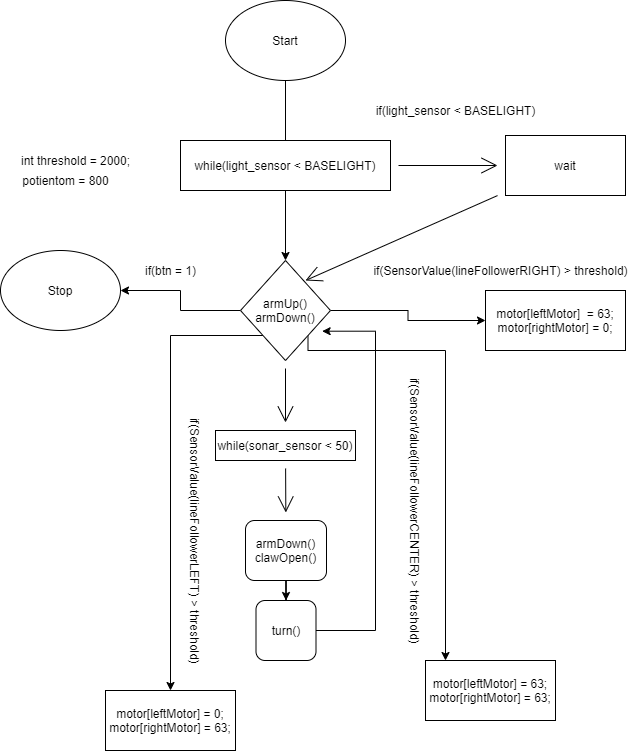
Above: verkefni5/Lokaverkefni.png in Davygod/ROBO2RG05AU-1 (draw.io), before the change. Source tidied: cells renumbered, new cells last; positions are measured from the earlier drawing's top-left corner, leaving out a move shared by most shapes. The source it was exported from:
```xml
<mxGraphModel>
  <root>
    <mxCell id="0" />
    <mxCell id="1" parent="0" />
    <mxCell id="2" style="edgeStyle=orthogonalEdgeStyle;rounded=0;jettySize=auto;html=1;startArrow=none;" parent="1" edge="1" source="24" target="9">
      <mxGeometry relative="1" as="geometry" />
    </mxCell>
    <mxCell id="3" value="Start" style="ellipse;whiteSpace=wrap;html=1;" parent="1" vertex="1">
      <mxGeometry x="225" width="120" height="80" as="geometry" />
    </mxCell>
    <mxCell id="4" style="edgeStyle=orthogonalEdgeStyle;rounded=0;jettySize=auto;html=1;startArrow=none;exitX=0;exitY=0.5;exitDx=0;exitDy=0;entryX=1;entryY=0.5;entryDx=0;entryDy=0;" parent="1" edge="1" source="9" target="10">
      <mxGeometry relative="1" as="geometry" />
    </mxCell>
    <mxCell id="5" style="edgeStyle=orthogonalEdgeStyle;rounded=0;jettySize=auto;html=1;exitX=0;exitY=1;exitDx=0;exitDy=0;" parent="1" edge="1" source="9" target="12">
      <mxGeometry relative="1" as="geometry" />
    </mxCell>
    <mxCell id="6" style="edgeStyle=orthogonalEdgeStyle;rounded=0;jettySize=auto;html=1;entryX=0;entryY=0.5;entryDx=0;entryDy=0;" parent="1" edge="1" source="9" target="13">
      <mxGeometry relative="1" as="geometry" />
    </mxCell>
    <mxCell id="7" style="edgeStyle=orthogonalEdgeStyle;rounded=0;jettySize=auto;html=1;exitX=1;exitY=1;exitDx=0;exitDy=0;" parent="1" edge="1" source="9">
      <mxGeometry relative="1" as="geometry">
        <mxPoint x="445" y="660" as="targetPoint" />
        <Array as="points">
          <mxPoint x="445" y="350" />
        </Array>
      </mxGeometry>
    </mxCell>
    <mxCell id="8" style="edgeStyle=none;curved=1;rounded=0;jettySize=auto;html=1;endArrow=open;startSize=14;endSize=14;sourcePerimeterSpacing=8;targetPerimeterSpacing=8;" parent="1" edge="1" source="9" target="20">
      <mxGeometry relative="1" as="geometry" />
    </mxCell>
    <mxCell id="9" value="armUp()&lt;br&gt;armDown()" style="rhombus;whiteSpace=wrap;html=1;" parent="1" vertex="1">
      <mxGeometry x="240" y="260" width="90" height="100" as="geometry" />
    </mxCell>
    <mxCell id="10" value="Stop" style="ellipse;whiteSpace=wrap;html=1;" parent="1" vertex="1">
      <mxGeometry y="250" width="120" height="80" as="geometry" />
    </mxCell>
    <mxCell id="11" value="if(btn = 1)" style="text;html=1;align=center;verticalAlign=middle;strokeColor=none;fillColor=none;" parent="1" vertex="1">
      <mxGeometry x="135" y="260" width="70" height="20" as="geometry" />
    </mxCell>
    <mxCell id="12" value="motor[leftMotor] = 0;&#10;   motor[rightMotor] = 63;" style="whiteSpace=wrap;html=1;" parent="1" vertex="1">
      <mxGeometry x="105" y="690" width="130" height="60" as="geometry" />
    </mxCell>
    <mxCell id="13" value="&lt;div&gt;motor[leftMotor]&amp;nbsp; = 63;&lt;/div&gt;&lt;div&gt;&lt;span&gt;   &lt;/span&gt;motor[rightMotor] = 0;&lt;/div&gt;" style="whiteSpace=wrap;html=1;" parent="1" vertex="1">
      <mxGeometry x="485" y="290" width="140" height="60" as="geometry" />
    </mxCell>
    <mxCell id="14" value="motor[leftMotor] = 63;&#10;   motor[rightMotor] = 63;" style="whiteSpace=wrap;html=1;" parent="1" vertex="1">
      <mxGeometry x="425" y="660" width="130" height="60" as="geometry" />
    </mxCell>
    <mxCell id="15" value="if(SensorValue(lineFollowerLEFT) &amp;gt; threshold)" style="text;html=1;align=center;verticalAlign=middle;strokeColor=none;fillColor=none;rotation=90;" parent="1" vertex="1">
      <mxGeometry x="65" y="530" width="260" height="20" as="geometry" />
    </mxCell>
    <mxCell id="16" value="int threshold = 2000;" style="text;html=1;align=center;verticalAlign=middle;strokeColor=none;fillColor=none;" parent="1" vertex="1">
      <mxGeometry x="15" y="150" width="120" height="20" as="geometry" />
    </mxCell>
    <mxCell id="17" value="if(SensorValue(lineFollowerCENTER) &amp;gt; threshold)" style="text;html=1;align=center;verticalAlign=middle;strokeColor=none;fillColor=none;rotation=90;" parent="1" vertex="1">
      <mxGeometry x="275" y="500" width="280" height="20" as="geometry" />
    </mxCell>
    <mxCell id="18" value="if(SensorValue(lineFollowerRIGHT) &amp;gt; threshold)" style="text;html=1;align=center;verticalAlign=middle;strokeColor=none;fillColor=none;" parent="1" vertex="1">
      <mxGeometry x="365" y="260" width="270" height="20" as="geometry" />
    </mxCell>
    <mxCell id="19" style="edgeStyle=none;curved=1;rounded=0;jettySize=auto;html=1;endArrow=open;startSize=14;endSize=14;sourcePerimeterSpacing=8;targetPerimeterSpacing=8;" parent="1" edge="1" source="20" target="22">
      <mxGeometry relative="1" as="geometry" />
    </mxCell>
    <mxCell id="20" value="while(sonar_sensor &amp;lt; 50)" style="whiteSpace=wrap;html=1;" parent="1" vertex="1">
      <mxGeometry x="215" y="430" width="140" height="30" as="geometry" />
    </mxCell>
    <mxCell id="21" style="edgeStyle=orthogonalEdgeStyle;rounded=0;jettySize=auto;html=1;" parent="1" edge="1" source="22" target="31">
      <mxGeometry relative="1" as="geometry" />
    </mxCell>
    <mxCell id="22" value="armDown()&lt;br&gt;clawOpen()" style="rounded=1;whiteSpace=wrap;html=1;" parent="1" vertex="1">
      <mxGeometry x="245" y="520" width="81" height="60" as="geometry" />
    </mxCell>
    <mxCell id="23" style="edgeStyle=none;curved=1;rounded=0;jettySize=auto;html=1;endArrow=open;startSize=14;endSize=14;sourcePerimeterSpacing=8;targetPerimeterSpacing=8;" parent="1" edge="1" source="24" target="27">
      <mxGeometry relative="1" as="geometry" />
    </mxCell>
    <mxCell id="24" value="while(light_sensor &amp;lt; BASELIGHT)" style="whiteSpace=wrap;html=1;" parent="1" vertex="1">
      <mxGeometry x="180" y="140" width="210" height="50" as="geometry" />
    </mxCell>
    <mxCell id="25" style="edgeStyle=orthogonalEdgeStyle;rounded=0;jettySize=auto;html=1;endArrow=none;" parent="1" edge="1" source="3" target="24">
      <mxGeometry relative="1" as="geometry" />
    </mxCell>
    <mxCell id="26" style="edgeStyle=none;curved=1;rounded=0;jettySize=auto;html=1;endArrow=open;startSize=14;endSize=14;sourcePerimeterSpacing=8;targetPerimeterSpacing=8;" parent="1" edge="1" source="27">
      <mxGeometry relative="1" as="geometry">
        <mxPoint x="305" y="280" as="targetPoint" />
      </mxGeometry>
    </mxCell>
    <mxCell id="27" value="wait" style="whiteSpace=wrap;html=1;" parent="1" vertex="1">
      <mxGeometry x="505" y="135" width="120" height="60" as="geometry" />
    </mxCell>
    <mxCell id="28" value="&lt;span&gt;if(light_sensor &amp;lt; BASELIGHT)&lt;/span&gt;" style="text;html=1;align=center;verticalAlign=middle;strokeColor=none;fillColor=none;" parent="1" vertex="1">
      <mxGeometry x="365" y="100" width="180" height="20" as="geometry" />
    </mxCell>
    <mxCell id="29" value="potientom = 800" style="text;html=1;align=center;verticalAlign=middle;strokeColor=none;fillColor=none;" parent="1" vertex="1">
      <mxGeometry x="15" y="170" width="100" height="20" as="geometry" />
    </mxCell>
    <mxCell id="30" style="edgeStyle=orthogonalEdgeStyle;rounded=0;jettySize=auto;html=1;entryX=0.907;entryY=0.707;entryDx=0;entryDy=0;entryPerimeter=0;" parent="1" edge="1" source="31" target="9">
      <mxGeometry relative="1" as="geometry">
        <Array as="points">
          <mxPoint x="375" y="630" />
          <mxPoint x="375" y="331" />
        </Array>
      </mxGeometry>
    </mxCell>
    <mxCell id="31" value="turn()" style="whiteSpace=wrap;html=1;rounded=1;" parent="1" vertex="1">
      <mxGeometry x="255.5" y="600" width="60" height="60" as="geometry" />
    </mxCell>
  </root>
</mxGraphModel>
```
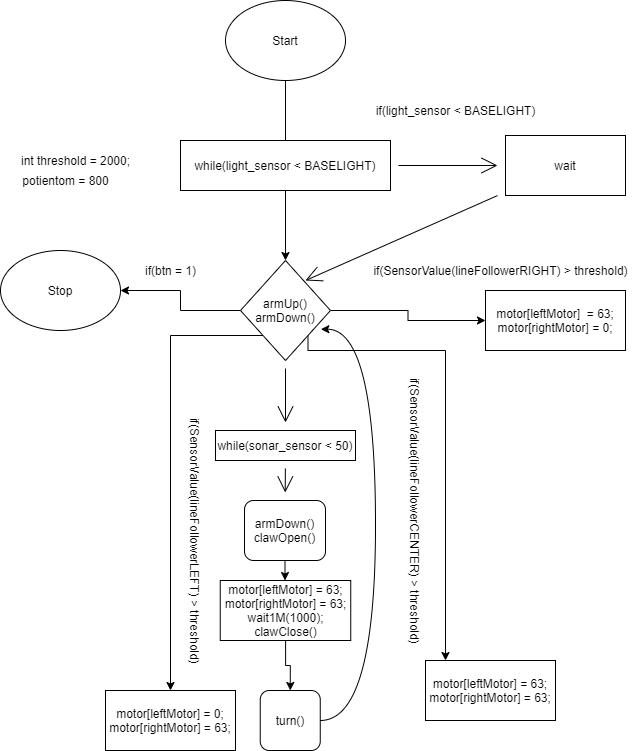
Above is the later version.

What changed in the source:
```diff
@@ -64,11 +64,11 @@
     <mxCell id="20" value="while(sonar_sensor &amp;lt; 50)" style="whiteSpace=wrap;html=1;" parent="1" vertex="1">
       <mxGeometry x="215" y="430" width="140" height="30" as="geometry" />
     </mxCell>
-    <mxCell id="21" style="edgeStyle=orthogonalEdgeStyle;rounded=0;jettySize=auto;html=1;" parent="1" edge="1" source="22" target="31">
-      <mxGeometry relative="1" as="geometry" />
-    </mxCell>
+    <mxCell id="32" style="edgeStyle=orthogonalEdgeStyle;rounded=0;jettySize=auto;html=1;" parent="1" edge="1" source="22" target="34">
+      <mxGeometry relative="1" as="geometry" />
+    </mxCell>
     <mxCell id="22" value="armDown()&lt;br&gt;clawOpen()" style="rounded=1;whiteSpace=wrap;html=1;" parent="1" vertex="1">
-      <mxGeometry x="245" y="520" width="81" height="60" as="geometry" />
+      <mxGeometry x="244" y="500" width="81" height="60" as="geometry" />
     </mxCell>
     <mxCell id="23" style="edgeStyle=none;curved=1;rounded=0;jettySize=auto;html=1;endArrow=open;startSize=14;endSize=14;sourcePerimeterSpacing=8;targetPerimeterSpacing=8;" parent="1" edge="1" source="24" target="27">
       <mxGeometry relative="1" as="geometry" />
@@ -93,16 +93,22 @@
     <mxCell id="29" value="potientom = 800" style="text;html=1;align=center;verticalAlign=middle;strokeColor=none;fillColor=none;" parent="1" vertex="1">
       <mxGeometry x="15" y="170" width="100" height="20" as="geometry" />
     </mxCell>
+    <mxCell id="31" value="turn()" style="whiteSpace=wrap;html=1;rounded=1;" parent="1" vertex="1">
+      <mxGeometry x="259.8" y="690" width="60" height="60" as="geometry" />
+    </mxCell>
+    <mxCell id="33" style="edgeStyle=orthogonalEdgeStyle;rounded=0;jettySize=auto;html=1;entryX=0.5;entryY=0;entryDx=0;entryDy=0;" parent="1" edge="1" source="34" target="31">
+      <mxGeometry relative="1" as="geometry" />
+    </mxCell>
+    <mxCell id="34" value="motor[leftMotor] = 63;&lt;br&gt;motor[rightMotor] = 63;&lt;br&gt;wait1M(1000);&lt;br&gt;clawClose()" style="whiteSpace=wrap;html=1;" parent="1" vertex="1">
+      <mxGeometry x="219.8" y="580" width="130.5" height="60" as="geometry" />
+    </mxCell>
-    <mxCell id="30" style="edgeStyle=orthogonalEdgeStyle;rounded=0;jettySize=auto;html=1;entryX=0.907;entryY=0.707;entryDx=0;entryDy=0;entryPerimeter=0;" parent="1" edge="1" source="31" target="9">
+    <mxCell id="30" style="curved=1;endArrow=classic;html=1;rounded=0;edgeStyle=orthogonalEdgeStyle;exitX=1;exitY=0.5;exitDx=0;exitDy=0;entryX=0.893;entryY=0.687;entryDx=0;entryDy=0;entryPerimeter=0;" parent="1" edge="1" source="31" target="9">
       <mxGeometry relative="1" as="geometry">
         <Array as="points">
-          <mxPoint x="375" y="630" />
-          <mxPoint x="375" y="331" />
+          <mxPoint x="375" y="720" />
+          <mxPoint x="375" y="329" />
         </Array>
       </mxGeometry>
     </mxCell>
-    <mxCell id="31" value="turn()" style="whiteSpace=wrap;html=1;rounded=1;" parent="1" vertex="1">
-      <mxGeometry x="255.5" y="600" width="60" height="60" as="geometry" />
-    </mxCell>
   </root>
 </mxGraphModel>
```
